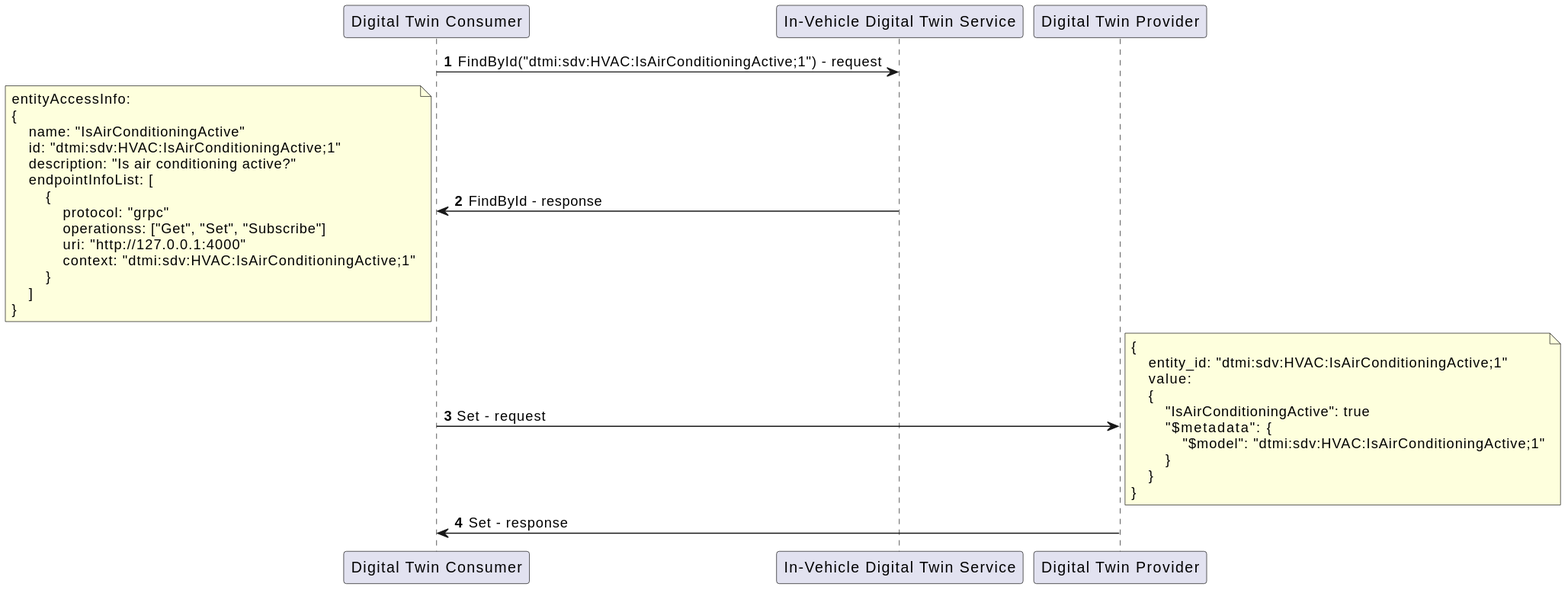
Above: docs/design/diagrams/set_sequence.svg in eclipse-ibeji/ibeji (PlantUML), before the change.
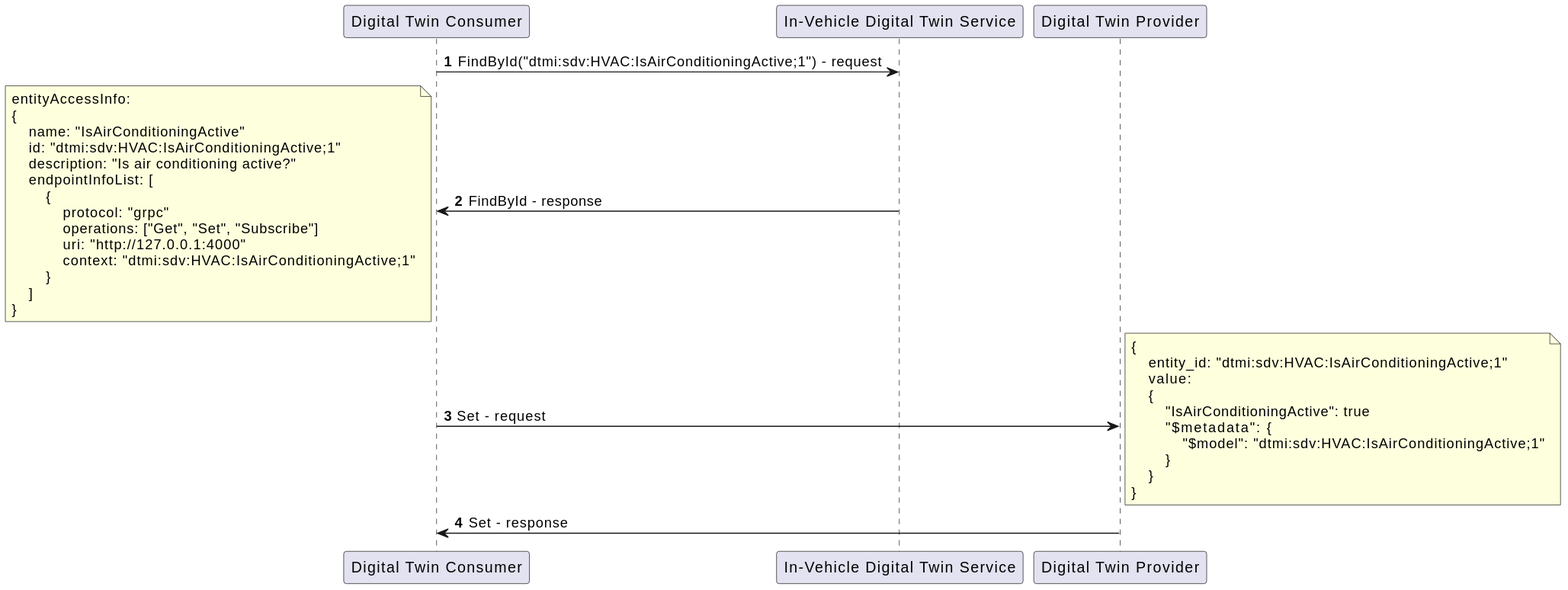
The same file after the commit.

What changed in the source:
```diff
@@ -12,7 +12,7 @@
     endpointInfoList: [
         {
             protocol: "grpc"
-            operationss: ["Get", "Set", "Subscribe"]
+            operations: ["Get", "Set", "Subscribe"]
             uri: "http://127.0.0.1:4000"
             context: "dtmi:sdv:HVAC:IsAirConditioningActive;1"
         }
```
